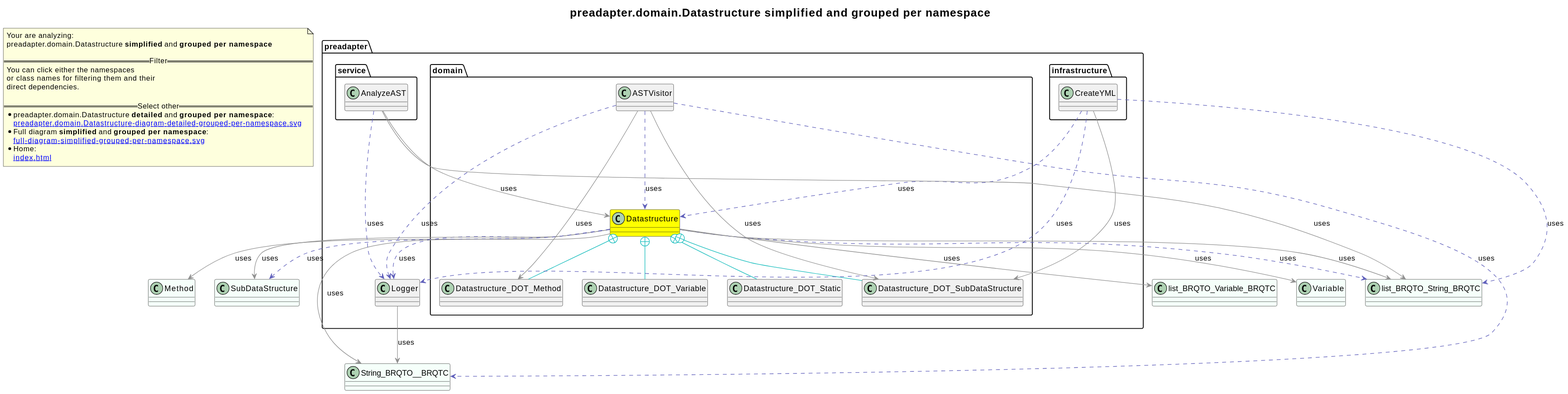
Earlier version of the PlantUML export revenger-java-adapter.out/preadapter.domain.Datastructure-diagram-simplified-grouped-per-namespace.svg (2BlackCoffees/revenger).
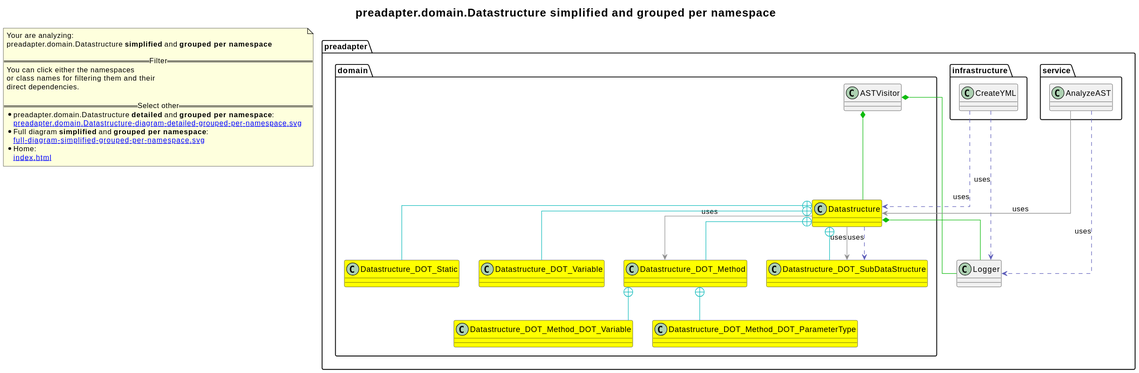
After the change.

Diff of the diagram source:
```diff
@@ -1,18 +1,7 @@
 @startuml
+skinparam linetype ortho
 title <size:20>preadapter.domain.Datastructure **simplified** and **grouped per namespace**</size>
 note "Your are analyzing:\npreadapter.domain.Datastructure **simplified** and **grouped per namespace**\n\n==Filter==\nYou can click either the namespaces \nor class names for filtering them and their\ndirect dependencies.\n\n==Select other==\n* preadapter.domain.Datastructure **detailed** and **grouped per namespace**:\n   [[preadapter.domain.Datastructure-diagram-detailed-grouped-per-namespace.svg]]\n* Full diagram **simplified** and **grouped per namespace**:\n   [[full-diagram-simplified-grouped-per-namespace.svg]]\n* Home:\n   [[index.html]]" as FloatingNote
-class list_BRQTO_Variable_BRQTC [[list_BRQTO_Variable_BRQTC-diagram-simplified-grouped-per-namespace.svg]] #MintCream {
-}
-class Variable [[Variable-diagram-simplified-grouped-per-namespace.svg]] #MintCream {
-}
-class Method [[Method-diagram-simplified-grouped-per-namespace.svg]] #MintCream {
-}
-class SubDataStructure [[SubDataStructure-diagram-simplified-grouped-per-namespace.svg]] #MintCream {
-}
-class list_BRQTO_String_BRQTC [[list_BRQTO_String_BRQTC-diagram-simplified-grouped-per-namespace.svg]] #MintCream {
-}
-class String_BRQTO__BRQTC [[String_BRQTO__BRQTC-diagram-simplified-grouped-per-namespace.svg]] #MintCream {
-}
 namespace preadapter [[preadapter-diagram-simplified-grouped-per-namespace.svg]] {
 class preadapter.Logger [[preadapter.Logger-diagram-simplified-grouped-per-namespace.svg]]  {
 }
@@ -21,13 +10,17 @@
 namespace preadapter.domain [[preadapter.domain-diagram-simplified-grouped-per-namespace.svg]] {
   class preadapter.domain.Datastructure [[preadapter.domain.Datastructure-diagram-simplified-grouped-per-namespace.svg]] #yellow {
   }
-  class preadapter.domain.Datastructure_DOT_Method [[preadapter.domain.Datastructure_DOT_Method-diagram-simplified-grouped-per-namespace.svg]]  {
+  class preadapter.domain.Datastructure_DOT_Method [[preadapter.domain.Datastructure.Method-diagram-simplified-grouped-per-namespace.svg]] #yellow {
   }
-  class preadapter.domain.Datastructure_DOT_Static [[preadapter.domain.Datastructure_DOT_Static-diagram-simplified-grouped-per-namespace.svg]]  {
+  class preadapter.domain.Datastructure_DOT_SubDataStructure [[preadapter.domain.Datastructure.SubDataStructure-diagram-simplified-grouped-per-namespace.svg]] #yellow {
   }
-  class preadapter.domain.Datastructure_DOT_Variable [[preadapter.domain.Datastructure_DOT_Variable-diagram-simplified-grouped-per-namespace.svg]]  {
+  class preadapter.domain.Datastructure_DOT_Static [[preadapter.domain.Datastructure.Static-diagram-simplified-grouped-per-namespace.svg]] #yellow {
   }
-  class preadapter.domain.Datastructure_DOT_SubDataStructure [[preadapter.domain.Datastructure_DOT_SubDataStructure-diagram-simplified-grouped-per-namespace.svg]]  {
+  class preadapter.domain.Datastructure_DOT_Variable [[preadapter.domain.Datastructure.Variable-diagram-simplified-grouped-per-namespace.svg]] #yellow {
+  }
+  class preadapter.domain.Datastructure_DOT_Method_DOT_Variable [[preadapter.domain.Datastructure.Method.Variable-diagram-simplified-grouped-per-namespace.svg]] #yellow {
+  }
+  class preadapter.domain.Datastructure_DOT_Method_DOT_ParameterType [[preadapter.domain.Datastructure.Method.ParameterType-diagram-simplified-grouped-per-namespace.svg]] #yellow {
   }
   class preadapter.domain.ASTVisitor [[preadapter.domain.ASTVisitor-diagram-simplified-grouped-per-namespace.svg]]  {
   }
@@ -45,30 +38,21 @@
   }
 }
 }
-preadapter.Logger -[#909090]-> String_BRQTO__BRQTC  : uses
 preadapter.domain.Datastructure +-[#10BBBB]- preadapter.domain.Datastructure_DOT_Method
 preadapter.domain.Datastructure +-[#10BBBB]- preadapter.domain.Datastructure_DOT_Static
 preadapter.domain.Datastructure +-[#10BBBB]- preadapter.domain.Datastructure_DOT_Variable
 preadapter.domain.Datastructure +-[#10BBBB]- preadapter.domain.Datastructure_DOT_SubDataStructure
-preadapter.domain.Datastructure .[#6060BB].> preadapter.Logger  : uses
-preadapter.domain.Datastructure -[#909090]-> list_BRQTO_Variable_BRQTC  : uses
-preadapter.domain.Datastructure -[#909090]-> Variable  : uses
-preadapter.domain.Datastructure -[#909090]-> Method  : uses
-preadapter.domain.Datastructure -[#909090]-> SubDataStructure  : uses
-preadapter.domain.Datastructure .[#6060BB].> SubDataStructure  : uses
-preadapter.domain.Datastructure .[#6060BB].> list_BRQTO_String_BRQTC  : uses
-preadapter.domain.Datastructure -[#909090]-> list_BRQTO_String_BRQTC  : uses
-preadapter.domain.Datastructure -[#909090]-> String_BRQTO__BRQTC  : uses
-preadapter.domain.ASTVisitor .[#6060BB].> preadapter.Logger  : uses
-preadapter.domain.ASTVisitor .[#6060BB].> preadapter.domain.Datastructure  : uses
-preadapter.domain.ASTVisitor -[#909090]-> preadapter.domain.Datastructure_DOT_SubDataStructure  : uses
-preadapter.domain.ASTVisitor -[#909090]-> preadapter.domain.Datastructure_DOT_Method  : uses
-preadapter.domain.ASTVisitor .[#6060BB].> String_BRQTO__BRQTC  : uses
-preadapter.infrastructure.CreateYML .[#6060BB].> list_BRQTO_String_BRQTC  : uses
+preadapter.domain.Datastructure *-[#10BB10]- preadapter.Logger
+preadapter.domain.Datastructure -[#909090]-> preadapter.domain.Datastructure_DOT_Method  : uses
+preadapter.domain.Datastructure -[#909090]-> preadapter.domain.Datastructure_DOT_SubDataStructure  : uses
+preadapter.domain.Datastructure .[#6060BB].> preadapter.domain.Datastructure_DOT_SubDataStructure  : uses
+preadapter.domain.Datastructure_DOT_Method +-[#10BBBB]- preadapter.domain.Datastructure_DOT_Method_DOT_ParameterType
+preadapter.domain.Datastructure_DOT_Method +-[#10BBBB]- preadapter.domain.Datastructure_DOT_Method_DOT_Variable
+preadapter.domain.Datastructure.SubDataStructure .[#6060BB].> preadapter.domain.Datastructure_DOT_Method  : uses
+preadapter.domain.ASTVisitor *-[#10BB10]- preadapter.Logger
+preadapter.domain.ASTVisitor *-[#10BB10]- preadapter.domain.Datastructure
 preadapter.infrastructure.CreateYML .[#6060BB].> preadapter.domain.Datastructure  : uses
 preadapter.infrastructure.CreateYML .[#6060BB].> preadapter.Logger  : uses
-preadapter.infrastructure.CreateYML -[#909090]-> preadapter.domain.Datastructure_DOT_SubDataStructure  : uses
 preadapter.service.AnalyzeAST .[#6060BB].> preadapter.Logger  : uses
 preadapter.service.AnalyzeAST -[#909090]-> preadapter.domain.Datastructure  : uses
-preadapter.service.AnalyzeAST -[#909090]-> list_BRQTO_String_BRQTC  : uses
 @enduml
```
